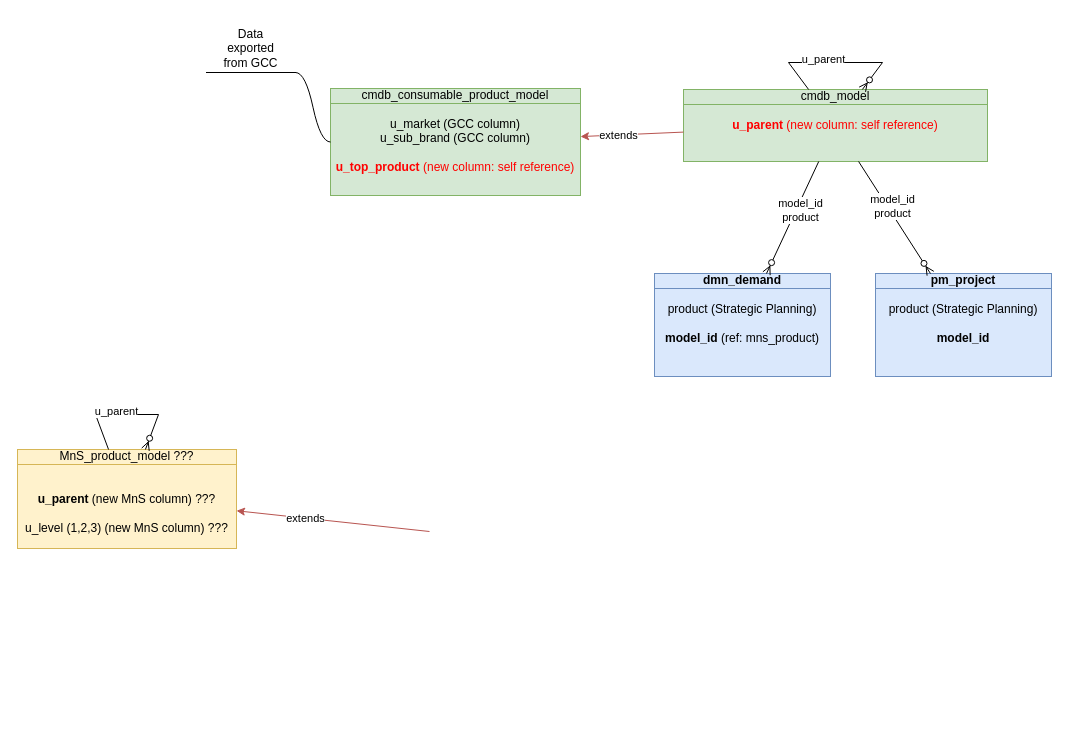
algimas/tmp keeps this draw.io diagram as page "parentProduct" (9 of 10) of JTI_product.drawio. Above is the earlier version. Source tidied: cells renumbered, new cells numbered last; positions are measured from the earlier drawing's top-left corner, leaving out a move shared by most shapes. Both pictures are drawn from the tidied source at 100%, with x=0, y=0 at pixel (17, 17).
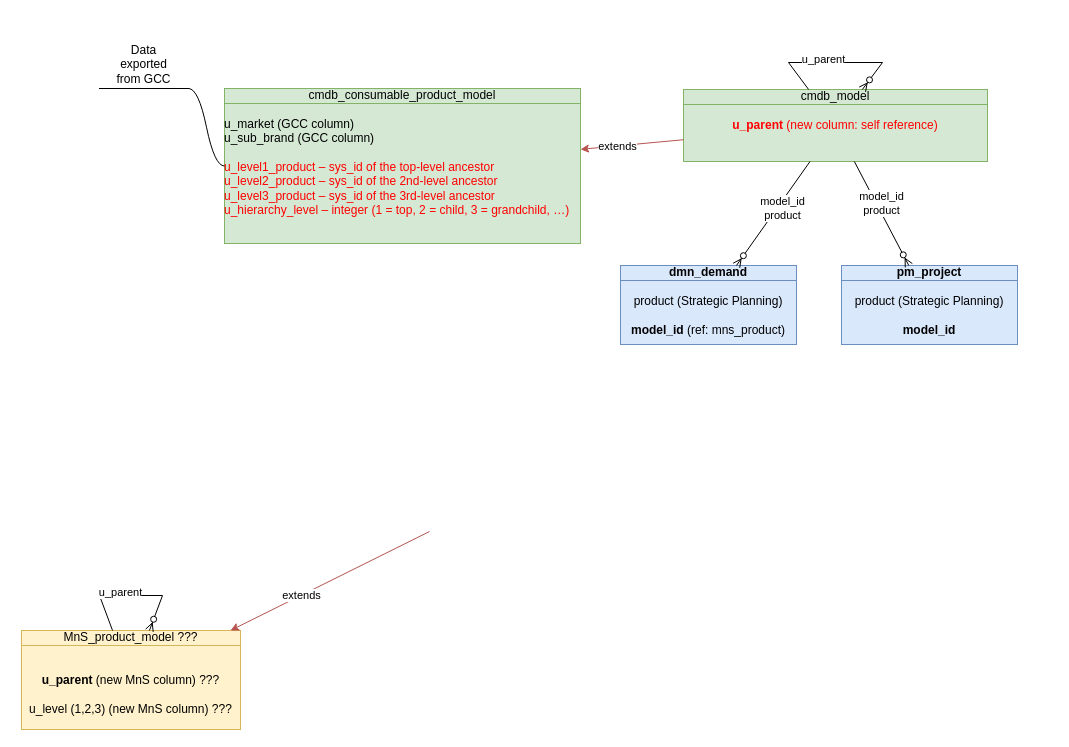
The same diagram, later.

Diff of the diagram source:
```diff
@@
-    <mxCell id="2" value="&lt;div&gt;cmdb_consumable_product_model&lt;/div&gt;&lt;div&gt;&lt;br&gt;&lt;/div&gt;&lt;div&gt;u_market (GCC column)&lt;/div&gt;&lt;div&gt;u_sub_brand (GCC column)&lt;/div&gt;&lt;div&gt;&lt;br&gt;&lt;/div&gt;&lt;div&gt;&lt;font style=&quot;color: rgb(255, 0, 0);&quot;&gt;&lt;b&gt;u_top_product&lt;/b&gt;&amp;nbsp;&lt;/font&gt;&lt;span style=&quot;color: rgb(255, 0, 0); background-color: transparent;&quot;&gt;(new column: self reference)&lt;/span&gt;&lt;/div&gt;" style="html=1;outlineConnect=0;whiteSpace=wrap;fillColor=#d5e8d4;shape=mxgraph.archimate3.businessObject;overflow=fill;strokeColor=#82b366;" parent="1" vertex="1">
-      <mxGeometry x="313" y="71" width="250" height="107" as="geometry" />
+    <mxCell id="2" value="&lt;div&gt;cmdb_consumable_product_model&lt;/div&gt;&lt;div&gt;&lt;br&gt;&lt;/div&gt;&lt;div style=&quot;text-align: left;&quot;&gt;u_market (GCC column)&lt;/div&gt;&lt;div style=&quot;text-align: left;&quot;&gt;u_sub_brand (GCC column)&lt;/div&gt;&lt;div style=&quot;text-align: left;&quot;&gt;&lt;br&gt;&lt;/div&gt;&lt;div style=&quot;text-align: left;&quot;&gt;&lt;span style=&quot;color: rgb(255, 0, 0); background-color: transparent;&quot;&gt;u_level1_product – sys_id of the top-level ancestor&amp;nbsp;&amp;nbsp;&lt;/span&gt;&lt;/div&gt;&lt;div&gt;&lt;span style=&quot;background-color: transparent; color: rgb(255, 0, 0);&quot;&gt;&lt;font color=&quot;#ff0000&quot;&gt;&lt;div style=&quot;text-align: left;&quot;&gt;u_level2_product – sys_id of the 2nd-level ancestor&amp;nbsp;&amp;nbsp;&lt;/div&gt;&lt;div style=&quot;text-align: left;&quot;&gt;u_level3_product – sys_id of the 3rd-level ancestor&amp;nbsp;&amp;nbsp;&lt;/div&gt;&lt;div style=&quot;text-align: left;&quot;&gt;u_hierarchy_level – integer (1 = top, 2 = child, 3 = grandchild, …)&lt;/div&gt;&lt;/font&gt;&lt;/span&gt;&lt;/div&gt;" style="html=1;outlineConnect=0;whiteSpace=wrap;fillColor=#d5e8d4;shape=mxgraph.archimate3.businessObject;overflow=fill;strokeColor=#82b366;" parent="1" vertex="1">
+      <mxGeometry x="207" y="71" width="356" height="155" as="geometry" />
     </mxCell>
@@
     <mxCell id="6" value="&lt;div&gt;&lt;b&gt;dmn_demand&lt;/b&gt;&lt;/div&gt;&lt;div&gt;&lt;br&gt;&lt;/div&gt;&lt;div&gt;product (Strategic Planning)&lt;/div&gt;&lt;div&gt;&lt;br&gt;&lt;/div&gt;&lt;div&gt;&lt;b&gt;model_id&lt;/b&gt; (ref: mns_product)&lt;/div&gt;&lt;div&gt;&lt;br&gt;&lt;/div&gt;&lt;div&gt;&lt;br&gt;&lt;/div&gt;" style="html=1;outlineConnect=0;whiteSpace=wrap;fillColor=#dae8fc;shape=mxgraph.archimate3.businessObject;overflow=fill;strokeColor=#6c8ebf;" parent="1" vertex="1">
-      <mxGeometry x="637" y="256" width="176" height="103" as="geometry" />
+      <mxGeometry x="603" y="248" width="176" height="79" as="geometry" />
     </mxCell>
@@
     <mxCell id="9" value="&lt;div&gt;&lt;b&gt;pm_project&lt;/b&gt;&lt;/div&gt;&lt;div&gt;&lt;br&gt;&lt;/div&gt;&lt;div&gt;&lt;div&gt;product (Strategic Planning)&lt;/div&gt;&lt;div&gt;&lt;strike&gt;&lt;br&gt;&lt;/strike&gt;&lt;/div&gt;&lt;div&gt;&lt;b&gt;model_id&lt;/b&gt;&lt;/div&gt;&lt;div&gt;&lt;br&gt;&lt;/div&gt;&lt;div&gt;&lt;br&gt;&lt;/div&gt;&lt;br&gt;&lt;/div&gt;" style="html=1;outlineConnect=0;whiteSpace=wrap;fillColor=#dae8fc;shape=mxgraph.archimate3.businessObject;overflow=fill;strokeColor=#6c8ebf;" parent="1" vertex="1">
-      <mxGeometry x="858" y="256" width="176" height="103" as="geometry" />
+      <mxGeometry x="824" y="248" width="176" height="79" as="geometry" />
     </mxCell>
     <mxCell id="10" value="Data &lt;br&gt;&lt;div&gt;exported&lt;/div&gt;&lt;div&gt;from GCC&lt;/div&gt;" style="whiteSpace=wrap;html=1;shape=partialRectangle;top=0;left=0;bottom=1;right=0;points=[[0,1],[1,1]];fillColor=none;align=center;verticalAlign=bottom;routingCenterY=0.5;snapToPoint=1;newEdgeStyle={&quot;edgeStyle&quot;:&quot;entityRelationEdgeStyle&quot;,&quot;startArrow&quot;:&quot;none&quot;,&quot;endArrow&quot;:&quot;none&quot;,&quot;segment&quot;:10,&quot;curved&quot;:1,&quot;sourcePerimeterSpacing&quot;:0,&quot;targetPerimeterSpacing&quot;:0};" parent="1" vertex="1">
-      <mxGeometry x="189" width="89" height="55" as="geometry" />
+      <mxGeometry x="82" y="16" width="89" height="55" as="geometry" />
     </mxCell>
@@
     <mxCell id="14" value="MnS_product_model ???&lt;div&gt;&lt;br&gt;&lt;/div&gt;&lt;br&gt;&lt;div&gt;&lt;b&gt;u_parent&lt;/b&gt; (new MnS column) ???&lt;/div&gt;&lt;div&gt;&lt;br&gt;&lt;/div&gt;&lt;div&gt;u_level (1,2,3) (new MnS column) ???&lt;/div&gt;" style="html=1;outlineConnect=0;whiteSpace=wrap;fillColor=#fff2cc;shape=mxgraph.archimate3.businessObject;overflow=fill;strokeColor=#d6b656;" parent="1" vertex="1">
-      <mxGeometry y="432" width="219" height="99" as="geometry" />
+      <mxGeometry x="4" y="613" width="219" height="99" as="geometry" />
     </mxCell>
@@
     <mxCell id="17" style="fontSize=12;html=1;endArrow=ERzeroToMany;endFill=1;rounded=0;" parent="1" edge="1" source="14" target="14">
       <mxGeometry relative="1" as="geometry">
         <Array as="points">
-          <mxPoint x="78" y="397" />
+          <mxPoint x="82" y="578" />
         </Array>
       </mxGeometry>
     </mxCell>
```
